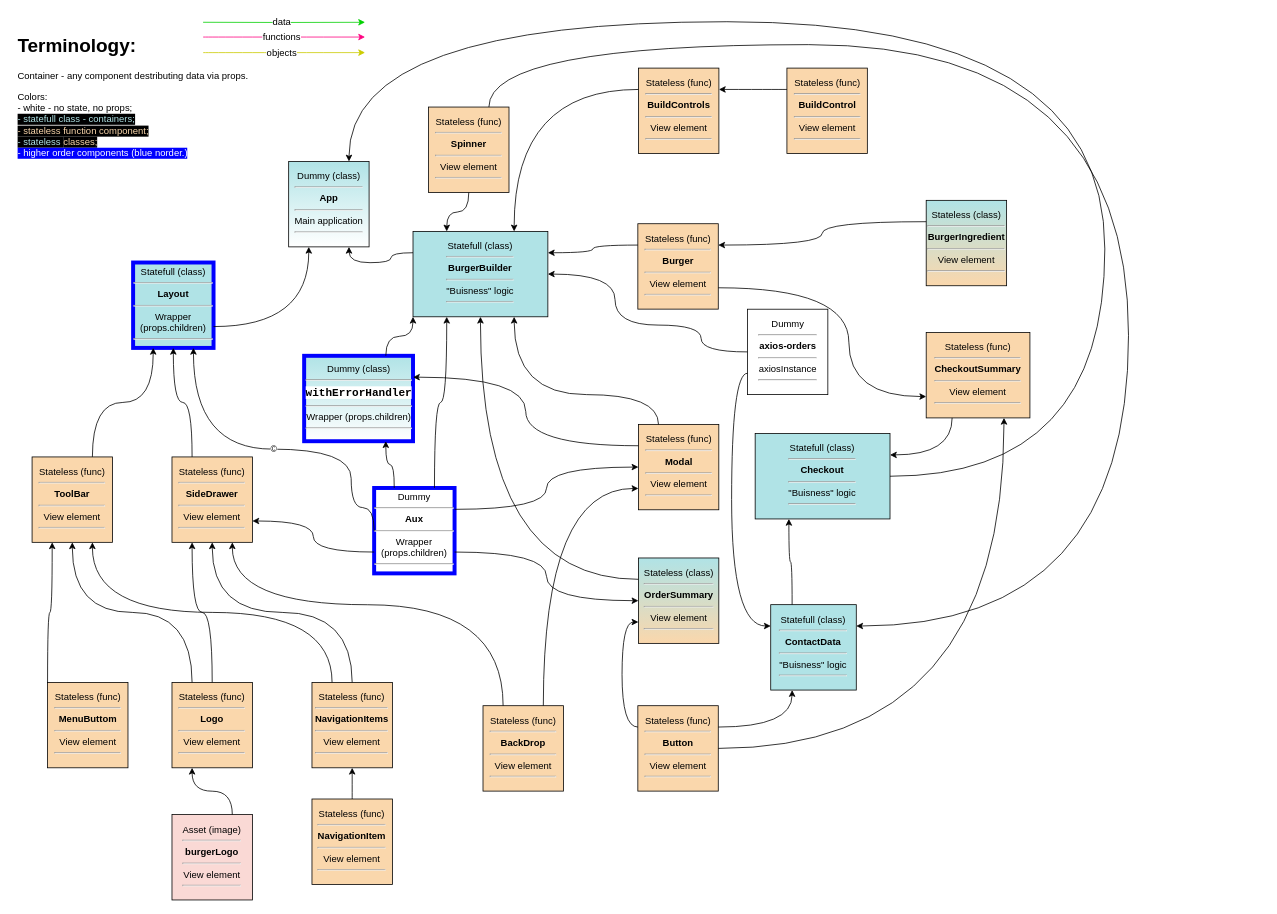
This is page "Application stracture" (5 of 5) of burger-builder.drawio from Sergey190309/burger-builder, a draw.io file, before an edit. Source tidied: cells renumbered, new cells numbered last; positions are measured from the earlier drawing's top-left corner, leaving out a move shared by most shapes. Both pictures are drawn from the tidied source at 79%, with x=0, y=0 at pixel (13, 21).
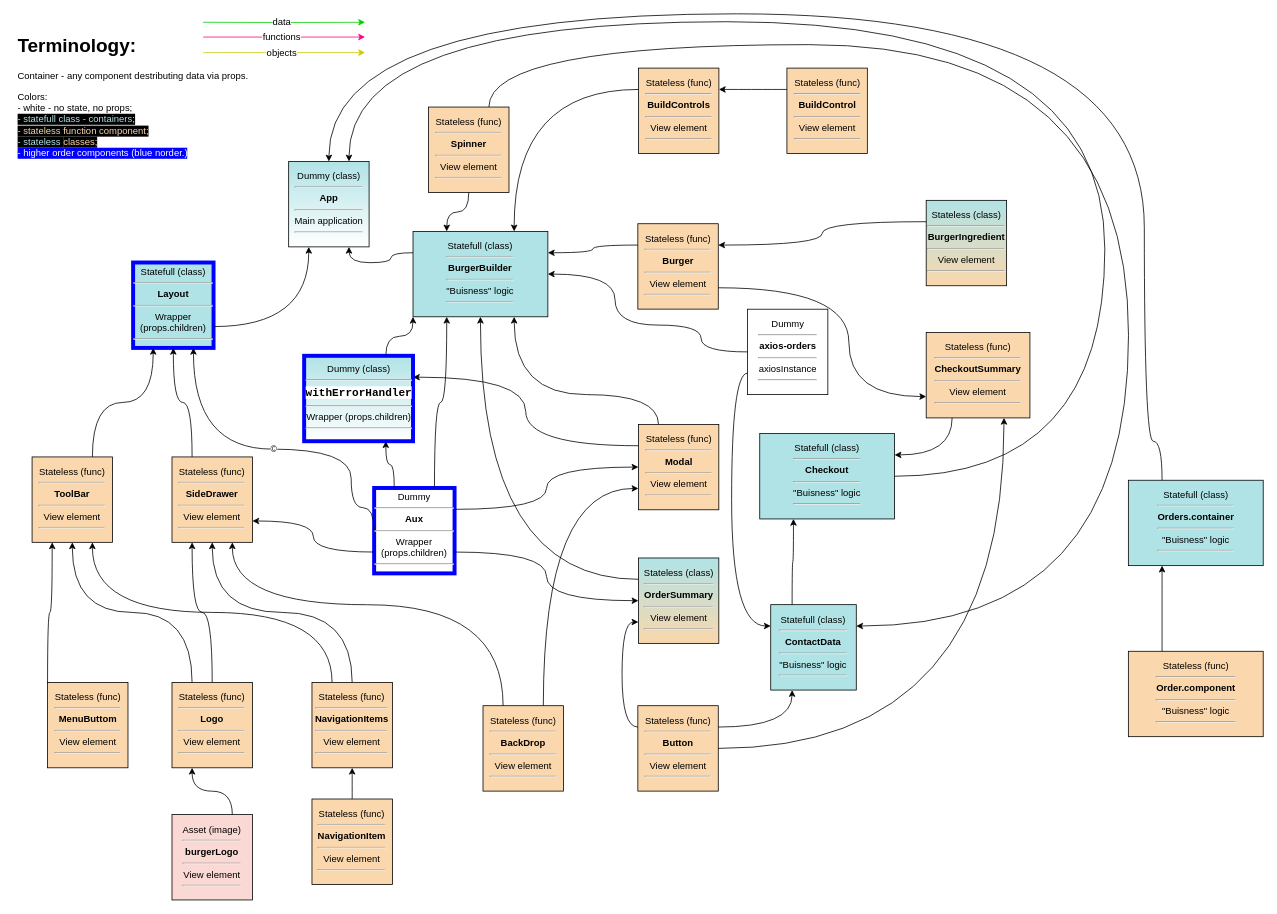
The same diagram, later.

Commit message (it also covers changes not shown here):
orders has been addede

Unchanged cells that the change refers to:
```xml
<mxCell id="14" value="Dummy (class)&lt;br&gt;&lt;hr&gt;&lt;b&gt;App&lt;/b&gt;&lt;br&gt;&lt;hr&gt;Main application&lt;br&gt;&lt;hr&gt;" style="rounded=0;whiteSpace=wrap;html=1;fillColor=#B0E3E6;strokeColor=#000000;arcSize=0;glass=0;comic=0;shadow=0;gradientColor=#ffffff;" parent="9" vertex="1">
  <mxGeometry x="347.9" y="176.9" width="101.8" height="108.1" as="geometry" />
</mxCell>
```

Diff of the diagram source:
```diff
@@
     <mxCell id="34" value="Statefull (class)&lt;br&gt;&lt;hr&gt;&lt;b&gt;Checkout&lt;/b&gt;&lt;br&gt;&lt;hr&gt;&quot;Buisness&quot; logic&lt;br&gt;&lt;hr&gt;" style="rounded=0;whiteSpace=wrap;html=1;fillColor=#b0e3e6;strokeColor=#000000;arcSize=0;glass=0;comic=0;shadow=0;" parent="9" vertex="1">
-      <mxGeometry x="938.4" y="521.3" width="170.7" height="108.1" as="geometry" />
+      <mxGeometry x="944.2" y="521.3" width="170.7" height="108.1" as="geometry" />
     </mxCell>
@@
+    <mxCell id="78" value="Statefull (class)&lt;br&gt;&lt;hr&gt;&lt;b&gt;Orders.container&lt;/b&gt;&lt;br&gt;&lt;hr&gt;&quot;Buisness&quot; logic&lt;br&gt;&lt;hr&gt;" style="rounded=0;whiteSpace=wrap;html=1;fillColor=#b0e3e6;strokeColor=#000000;arcSize=0;glass=0;comic=0;shadow=0;" parent="9" vertex="1">
+      <mxGeometry x="1410.8" y="580.4" width="170.7" height="108.1" as="geometry" />
+    </mxCell>
+    <mxCell id="79" value="Stateless (func)&lt;br&gt;&lt;hr&gt;&lt;b&gt;Order.component&lt;/b&gt;&lt;br&gt;&lt;hr&gt;&quot;Buisness&quot; logic&lt;br&gt;&lt;hr&gt;" style="rounded=0;whiteSpace=wrap;html=1;fillColor=#FAD7AC;strokeColor=#000000;arcSize=0;glass=0;comic=0;shadow=0;" parent="9" vertex="1">
+      <mxGeometry x="1410.8" y="796.9" width="170.7" height="108.1" as="geometry" />
+    </mxCell>
@@
+    <mxCell id="80" style="edgeStyle=orthogonalEdgeStyle;curved=1;rounded=0;jettySize=auto;html=1;exitX=0.25;exitY=0;exitDx=0;exitDy=0;entryX=0.25;entryY=1;entryDx=0;entryDy=0;strokeColor=#000000;" parent="37" edge="1" source="79" target="78">
+      <mxGeometry relative="1" as="geometry" />
+    </mxCell>
+    <mxCell id="81" style="edgeStyle=orthogonalEdgeStyle;curved=1;rounded=0;jettySize=auto;html=1;exitX=0.25;exitY=0;exitDx=0;exitDy=0;entryX=0.5;entryY=0;entryDx=0;entryDy=0;strokeColor=#000000;" parent="37" edge="1" source="78" target="14">
+      <mxGeometry relative="1" as="geometry">
+        <Array as="points">
+          <mxPoint x="1454" y="531" />
+          <mxPoint x="1431" y="531" />
+          <mxPoint x="1431" y="-10" />
+          <mxPoint x="399" y="-10" />
+        </Array>
+      </mxGeometry>
+    </mxCell>
```
